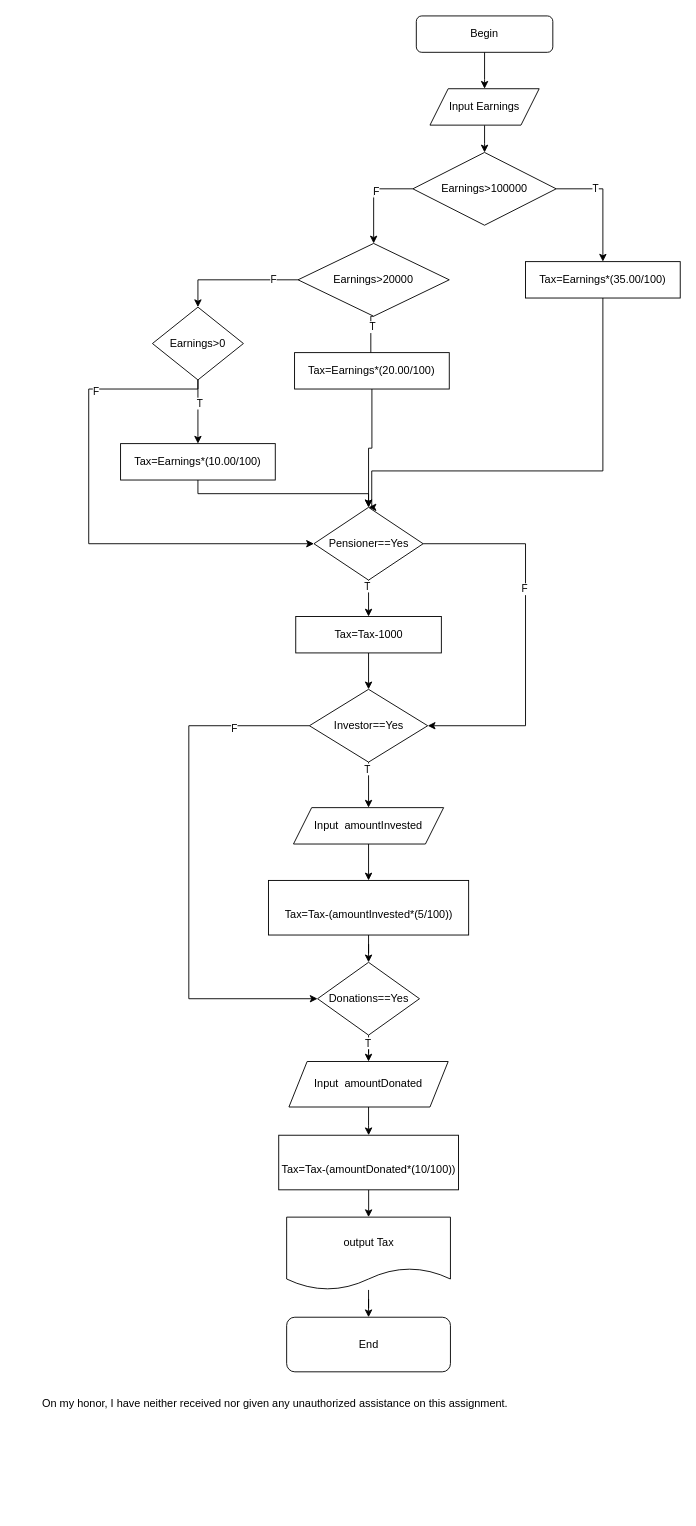
Above: Assignment 5-Diagram.drawio in meetweb/web.github.io (draw.io), before the change. Source tidied: cells renumbered, new cells numbered last; positions are measured from the earlier drawing's top-left corner, leaving out a move shared by most shapes. Both pictures are drawn from the tidied source at 91%, with x=0, y=0 at pixel (15, 15).
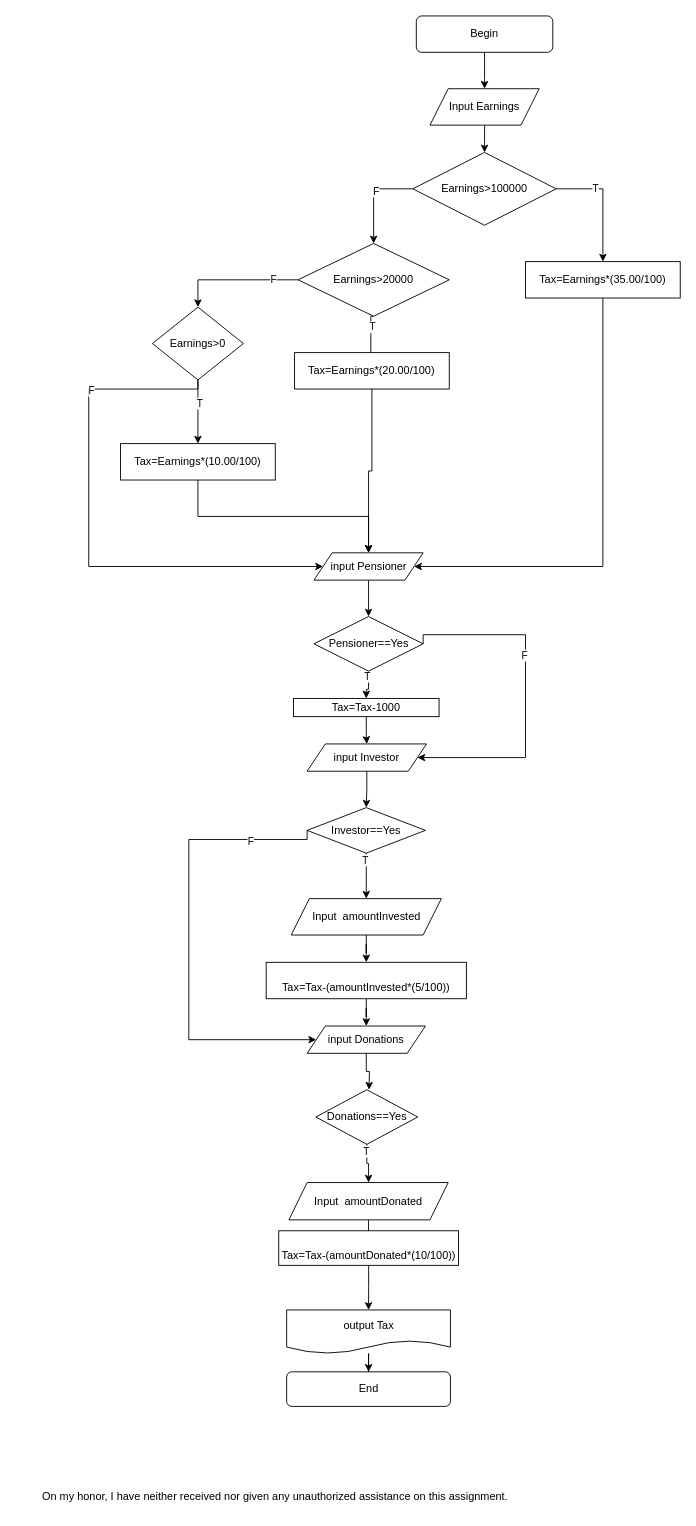
After the change.

Unchanged cells that the change refers to:
```xml
<mxCell id="9" value="Tax=Earnings*(35.00/100)" style="rounded=0;whiteSpace=wrap;html=1;" parent="1" vertex="1">
  <mxGeometry x="560" y="270" width="170" height="40" as="geometry" />
</mxCell>
<mxCell id="15" value="Tax=Earnings*(20.00/100)" style="rounded=0;whiteSpace=wrap;html=1;" parent="1" vertex="1">
  <mxGeometry x="306.2" y="370" width="170" height="40" as="geometry" />
</mxCell>
<mxCell id="18" value="&lt;span&gt;Earnings&amp;gt;0&lt;/span&gt;" style="rhombus;whiteSpace=wrap;html=1;" parent="1" vertex="1">
  <mxGeometry x="150" y="320" width="100" height="80" as="geometry" />
</mxCell>
<mxCell id="21" value="Tax=Earnings*(10.00/100)" style="rounded=0;whiteSpace=wrap;html=1;" parent="1" vertex="1">
  <mxGeometry x="115" y="470" width="170" height="40" as="geometry" />
</mxCell>
```

Diff of the diagram source:
```diff
@@
     <mxCell id="24" value="Pensioner==Yes" style="rhombus;whiteSpace=wrap;html=1;" parent="1" vertex="1">
-      <mxGeometry x="327.5" y="540" width="120" height="80" as="geometry" />
+      <mxGeometry x="327.5" y="660" width="120" height="60" as="geometry" />
     </mxCell>
-    <mxCell id="25" style="endArrow=classic;html=1;rounded=0;edgeStyle=orthogonalEdgeStyle;exitX=0.5;exitY=1;exitDx=0;exitDy=0;entryX=0.5;entryY=0;entryDx=0;entryDy=0;" parent="1" edge="1" source="21" target="24">
+    <mxCell id="25" style="endArrow=classic;html=1;rounded=0;edgeStyle=orthogonalEdgeStyle;exitX=0.5;exitY=1;exitDx=0;exitDy=0;entryX=0.5;entryY=0;entryDx=0;entryDy=0;" parent="1" edge="1" source="21" target="55">
       <mxGeometry relative="1" as="geometry" />
     </mxCell>
-    <mxCell id="26" style="endArrow=classic;html=1;rounded=0;edgeStyle=orthogonalEdgeStyle;exitX=0.5;exitY=1;exitDx=0;exitDy=0;entryX=0.5;entryY=0;entryDx=0;entryDy=0;" parent="1" edge="1" source="9" target="24">
+    <mxCell id="26" style="endArrow=classic;html=1;rounded=0;edgeStyle=orthogonalEdgeStyle;exitX=0.5;exitY=1;exitDx=0;exitDy=0;entryX=1;entryY=0.5;entryDx=0;entryDy=0;" parent="1" edge="1" source="9" target="55">
       <mxGeometry relative="1" as="geometry">
         <Array as="points">
-          <mxPoint x="645" y="500" />
-          <mxPoint x="391" y="500" />
-          <mxPoint x="391" y="540" />
+          <mxPoint x="645" y="605" />
         </Array>
       </mxGeometry>
     </mxCell>
-    <mxCell id="27" style="endArrow=classic;html=1;rounded=0;edgeStyle=orthogonalEdgeStyle;exitX=0.5;exitY=1;exitDx=0;exitDy=0;entryX=0.5;entryY=0;entryDx=0;entryDy=0;" parent="1" edge="1" source="15" target="24">
+    <mxCell id="27" style="endArrow=classic;html=1;rounded=0;edgeStyle=orthogonalEdgeStyle;exitX=0.5;exitY=1;exitDx=0;exitDy=0;entryX=0.5;entryY=0;entryDx=0;entryDy=0;" parent="1" edge="1" source="15" target="55">
       <mxGeometry relative="1" as="geometry" />
     </mxCell>
-    <mxCell id="28" style="endArrow=classic;html=1;rounded=0;edgeStyle=orthogonalEdgeStyle;entryX=0;entryY=0.5;entryDx=0;entryDy=0;" parent="1" edge="1" source="18" target="24">
+    <mxCell id="28" style="endArrow=classic;html=1;rounded=0;edgeStyle=orthogonalEdgeStyle;entryX=0;entryY=0.5;entryDx=0;entryDy=0;" parent="1" edge="1" source="18" target="55">
       <mxGeometry relative="1" as="geometry">
         <Array as="points">
           <mxPoint x="200" y="410" />
           <mxPoint x="80" y="410" />
-          <mxPoint x="80" y="580" />
+          <mxPoint x="80" y="605" />
         </Array>
       </mxGeometry>
     </mxCell>
@@
-    <mxCell id="30" style="edgeStyle=orthogonalEdgeStyle;rounded=0;jettySize=auto;html=1;" parent="1" edge="1" source="31" target="32">
+    <mxCell id="30" style="edgeStyle=orthogonalEdgeStyle;rounded=0;jettySize=auto;html=1;" parent="1" edge="1" source="31" target="57">
       <mxGeometry relative="1" as="geometry" />
     </mxCell>
     <mxCell id="31" value="Tax=Tax-1000" style="rounded=0;whiteSpace=wrap;html=1;" parent="1" vertex="1">
-      <mxGeometry x="307.5" y="660" width="160" height="40" as="geometry" />
+      <mxGeometry x="305" y="750" width="160" height="20" as="geometry" />
     </mxCell>
     <mxCell id="32" value="Investor==Yes" style="rhombus;whiteSpace=wrap;html=1;" parent="1" vertex="1">
-      <mxGeometry x="322.5" y="740" width="130" height="80" as="geometry" />
+      <mxGeometry x="320" y="870" width="130" height="50" as="geometry" />
     </mxCell>
-    <mxCell id="33" style="edgeStyle=orthogonalEdgeStyle;rounded=0;jettySize=auto;html=1;" parent="1" edge="1" source="34" target="41">
+    <mxCell id="33" style="edgeStyle=orthogonalEdgeStyle;rounded=0;jettySize=auto;html=1;entryX=0.5;entryY=0;entryDx=0;entryDy=0;" parent="1" edge="1" source="34" target="59">
       <mxGeometry relative="1" as="geometry" />
     </mxCell>
     <mxCell id="34" value="&lt;br&gt;Tax=Tax-(amountInvested*(5/100))" style="rounded=0;whiteSpace=wrap;html=1;" parent="1" vertex="1">
-      <mxGeometry x="277.5" y="950" width="220" height="60" as="geometry" />
+      <mxGeometry x="275" y="1040" width="220" height="40" as="geometry" />
     </mxCell>
@@
     <mxCell id="36" value="Input&amp;nbsp;&amp;nbsp;amountInvested" style="shape=parallelogram;perimeter=parallelogramPerimeter;whiteSpace=wrap;html=1;fixedSize=1;" parent="1" vertex="1">
-      <mxGeometry x="305" y="870" width="165" height="40" as="geometry" />
+      <mxGeometry x="302.5" y="970" width="165" height="40" as="geometry" />
     </mxCell>
@@
     <mxCell id="41" value="Donations==Yes" style="rhombus;whiteSpace=wrap;html=1;" parent="1" vertex="1">
-      <mxGeometry x="331.5" y="1040" width="112" height="80" as="geometry" />
+      <mxGeometry x="329.6" y="1180" width="112" height="60" as="geometry" />
     </mxCell>
-    <mxCell id="42" style="endArrow=classic;html=1;rounded=0;edgeStyle=orthogonalEdgeStyle;exitX=1;exitY=0.5;exitDx=0;exitDy=0;entryX=1;entryY=0.5;entryDx=0;entryDy=0;" parent="1" edge="1" source="24" target="32">
+    <mxCell id="42" style="endArrow=classic;html=1;rounded=0;edgeStyle=orthogonalEdgeStyle;exitX=1;exitY=0.5;exitDx=0;exitDy=0;entryX=1;entryY=0.5;entryDx=0;entryDy=0;" parent="1" edge="1" source="24" target="57">
       <mxGeometry relative="1" as="geometry">
         <Array as="points">
-          <mxPoint x="560" y="580" />
-          <mxPoint x="560" y="780" />
+          <mxPoint x="448" y="680" />
+          <mxPoint x="560" y="680" />
+          <mxPoint x="560" y="815" />
         </Array>
       </mxGeometry>
     </mxCell>
@@
-    <mxCell id="44" style="endArrow=classic;html=1;rounded=0;edgeStyle=orthogonalEdgeStyle;exitX=0;exitY=0.5;exitDx=0;exitDy=0;entryX=0;entryY=0.5;entryDx=0;entryDy=0;" parent="1" edge="1" source="32" target="41">
+    <mxCell id="44" style="endArrow=classic;html=1;rounded=0;edgeStyle=orthogonalEdgeStyle;exitX=0;exitY=0.5;exitDx=0;exitDy=0;entryX=0;entryY=0.5;entryDx=0;entryDy=0;" parent="1" edge="1" source="32" target="59">
       <mxGeometry relative="1" as="geometry">
         <Array as="points">
-          <mxPoint x="190" y="780" />
-          <mxPoint x="190" y="1080" />
+          <mxPoint x="320" y="905" />
+          <mxPoint x="190" y="905" />
+          <mxPoint x="190" y="1125" />
         </Array>
       </mxGeometry>
     </mxCell>
@@
     <mxCell id="47" value="Input&amp;nbsp;&amp;nbsp;amountDonated" style="shape=parallelogram;perimeter=parallelogramPerimeter;whiteSpace=wrap;html=1;fixedSize=1;" parent="1" vertex="1">
-      <mxGeometry x="300" y="1149" width="175" height="50" as="geometry" />
+      <mxGeometry x="300" y="1282" width="175" height="41" as="geometry" />
     </mxCell>
@@
     <mxCell id="49" value="&lt;br&gt;&lt;span&gt;Tax=Tax-(&lt;/span&gt;amountDonated&lt;span&gt;*(10/100))&lt;/span&gt;" style="rounded=0;whiteSpace=wrap;html=1;" parent="1" vertex="1">
-      <mxGeometry x="288.8" y="1230" width="197.5" height="60" as="geometry" />
+      <mxGeometry x="288.8" y="1335" width="197.5" height="38" as="geometry" />
     </mxCell>
@@
     <mxCell id="51" value="output Tax" style="shape=document;whiteSpace=wrap;html=1;boundedLbl=1;" parent="1" vertex="1">
-      <mxGeometry x="297.5" y="1320" width="180" height="80" as="geometry" />
+      <mxGeometry x="297.5" y="1422" width="180" height="48" as="geometry" />
     </mxCell>
     <mxCell id="52" value="End" style="rounded=1;whiteSpace=wrap;html=1;" parent="1" vertex="1">
-      <mxGeometry x="297.5" y="1430" width="180" height="60" as="geometry" />
+      <mxGeometry x="297.5" y="1490" width="180" height="38" as="geometry" />
     </mxCell>
     <mxCell id="53" value="On my honor, I have neither received nor given any unauthorized assistance on this assignment." style="text;html=1;strokeColor=none;fillColor=none;align=center;verticalAlign=middle;whiteSpace=wrap;rounded=0;" parent="1" vertex="1">
-      <mxGeometry y="1510" width="570" height="30" as="geometry" />
+      <mxGeometry y="1612" width="570" height="30" as="geometry" />
     </mxCell>
+    <mxCell id="54" style="edgeStyle=orthogonalEdgeStyle;rounded=0;jettySize=auto;html=1;" parent="1" edge="1" source="55" target="24">
+      <mxGeometry relative="1" as="geometry" />
+    </mxCell>
+    <mxCell id="55" value="&lt;span&gt;input Pensioner&lt;/span&gt;" style="shape=parallelogram;perimeter=parallelogramPerimeter;whiteSpace=wrap;html=1;fixedSize=1;" parent="1" vertex="1">
+      <mxGeometry x="327.5" y="590" width="120" height="30" as="geometry" />
+    </mxCell>
+    <mxCell id="56" style="edgeStyle=orthogonalEdgeStyle;rounded=0;jettySize=auto;html=1;" parent="1" edge="1" source="57" target="32">
+      <mxGeometry relative="1" as="geometry" />
+    </mxCell>
+    <mxCell id="57" value="input Investor" style="shape=parallelogram;perimeter=parallelogramPerimeter;whiteSpace=wrap;html=1;fixedSize=1;" parent="1" vertex="1">
+      <mxGeometry x="320" y="800" width="131.2" height="30" as="geometry" />
+    </mxCell>
+    <mxCell id="58" style="edgeStyle=orthogonalEdgeStyle;rounded=0;jettySize=auto;html=1;" parent="1" edge="1" source="59">
+      <mxGeometry relative="1" as="geometry">
+        <mxPoint x="388" y="1180" as="targetPoint" />
+      </mxGeometry>
+    </mxCell>
+    <mxCell id="59" value="&lt;span&gt;input Donations&lt;/span&gt;" style="shape=parallelogram;perimeter=parallelogramPerimeter;whiteSpace=wrap;html=1;fixedSize=1;" parent="1" vertex="1">
+      <mxGeometry x="320" y="1110" width="130" height="30" as="geometry" />
+    </mxCell>
```
